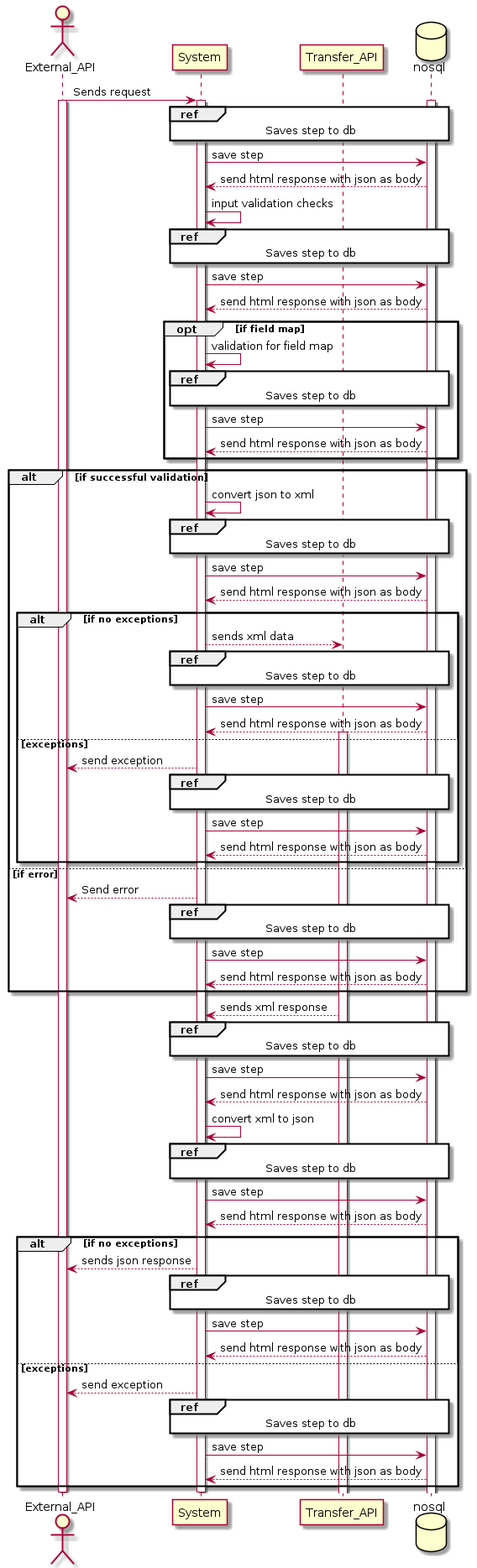
Above: out/src/doc/uml/uml.png in sadeeqilu/JsonToXML (PlantUML), before the change. Source of this version:
```plantuml
@startuml
actor External_API
participant System
participant Transfer_API
database nosql

External_API -> System : Sends request
activate External_API
activate System
activate nosql
!includesub db.puml!DB
System -> System : input validation checks
!includesub db.puml!DB
opt if field map
    System -> System : validation for field map
    !includesub db.puml!DB
end
alt if successful validation
    System -> System : convert json to xml
    !includesub db.puml!DB
    alt if no exceptions
        System --> Transfer_API : sends xml data
        !includesub db.puml!DB
        activate Transfer_API
    else exceptions
        System --> External_API : send exception
        !includesub db.puml!DB
    end
else if error
    System --> External_API : Send error
    !includesub db.puml!DB
end
Transfer_API --> System : sends xml response
!includesub db.puml!DB
System -> System : convert xml to json
!includesub db.puml!DB
alt if no exceptions
    System --> External_API : sends json response
    !includesub db.puml!DB
else exceptions
    System --> External_API : send exception
    !includesub db.puml!DB
end
deactivate External_API
deactivate System
@enduml
```
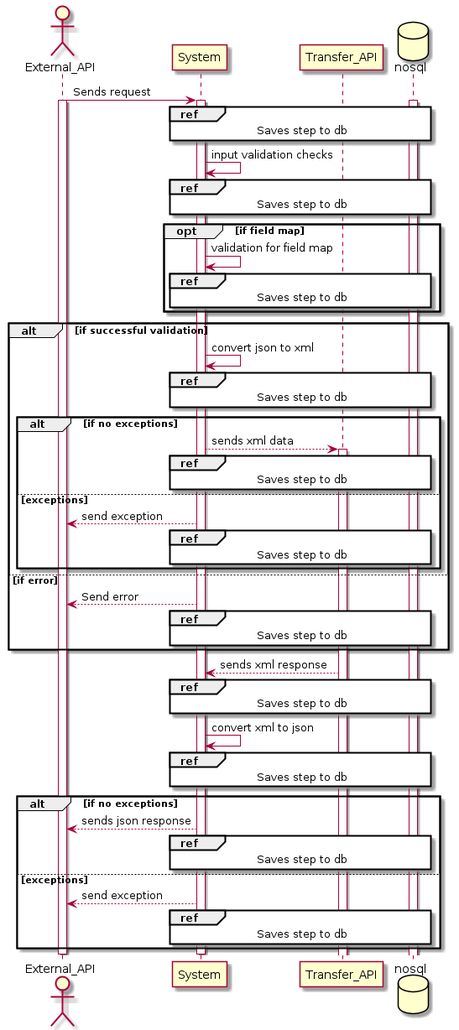
The same file after the commit.

The edit, as a diff of the source:
```diff
@@ -8,38 +8,60 @@
 activate External_API
 activate System
 activate nosql
-!includesub db.puml!DB
+ref over System, Transfer_API, nosql
+ Saves step to db
+end ref
 System -> System : input validation checks
-!includesub db.puml!DB
+ref over System, Transfer_API, nosql
+ Saves step to db
+end ref
 opt if field map
     System -> System : validation for field map
-    !includesub db.puml!DB
-end
+    ref over System, Transfer_API, nosql
+        Saves step to db
+    end ref
+    end
 alt if successful validation
     System -> System : convert json to xml
-    !includesub db.puml!DB
+    ref over System, Transfer_API, nosql
+        Saves step to db
+    end ref
     alt if no exceptions
         System --> Transfer_API : sends xml data
-        !includesub db.puml!DB
+        ref over System, Transfer_API, nosql
+            Saves step to db
+        end ref
         activate Transfer_API
     else exceptions
         System --> External_API : send exception
-        !includesub db.puml!DB
-    end
+    ref over System, Transfer_API, nosql
+        Saves step to db
+    end ref
+end
 else if error
     System --> External_API : Send error
-    !includesub db.puml!DB
+    ref over System, Transfer_API, nosql
+        Saves step to db
+    end ref
 end
 Transfer_API --> System : sends xml response
-!includesub db.puml!DB
+ref over System, Transfer_API, nosql
+ Saves step to db
+end ref
 System -> System : convert xml to json
-!includesub db.puml!DB
+ref over System, Transfer_API, nosql
+ Saves step to db
+end ref
 alt if no exceptions
     System --> External_API : sends json response
-    !includesub db.puml!DB
+    ref over System, Transfer_API, nosql
+        Saves step to db
+    end ref
 else exceptions
     System --> External_API : send exception
-    !includesub db.puml!DB
+    ref over System, Transfer_API, nosql
+        Saves step to db
+    end ref
 end
 deactivate External_API
 deactivate System
```
